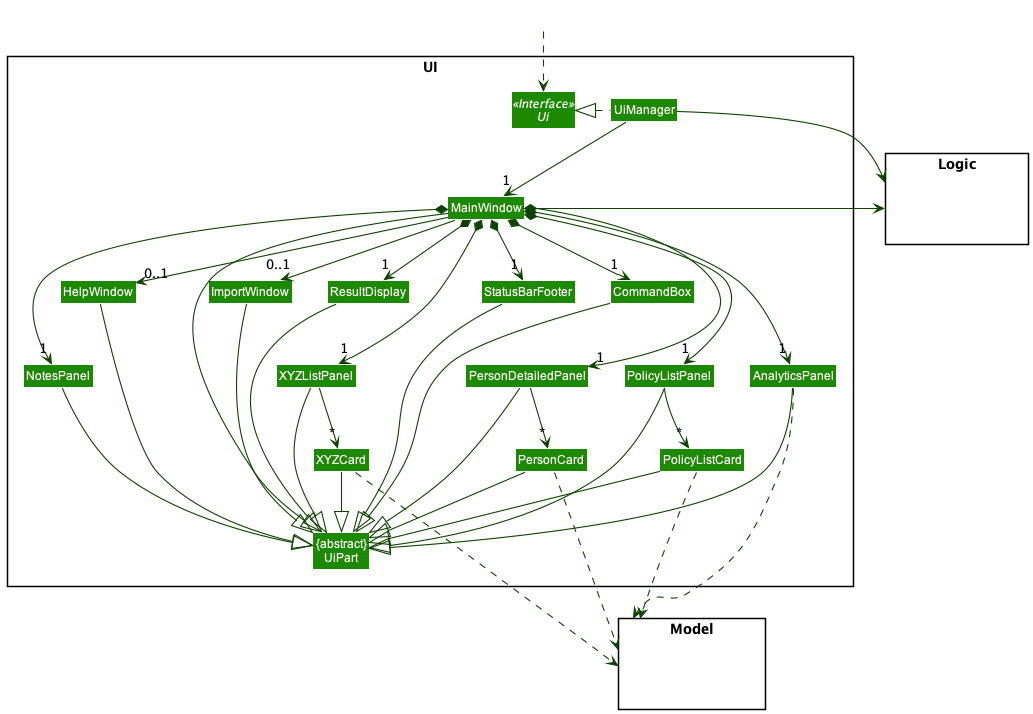
Above: docs/images/UiClassDiagram.png in whoisjustinngo/tp (PlantUML), before the change.
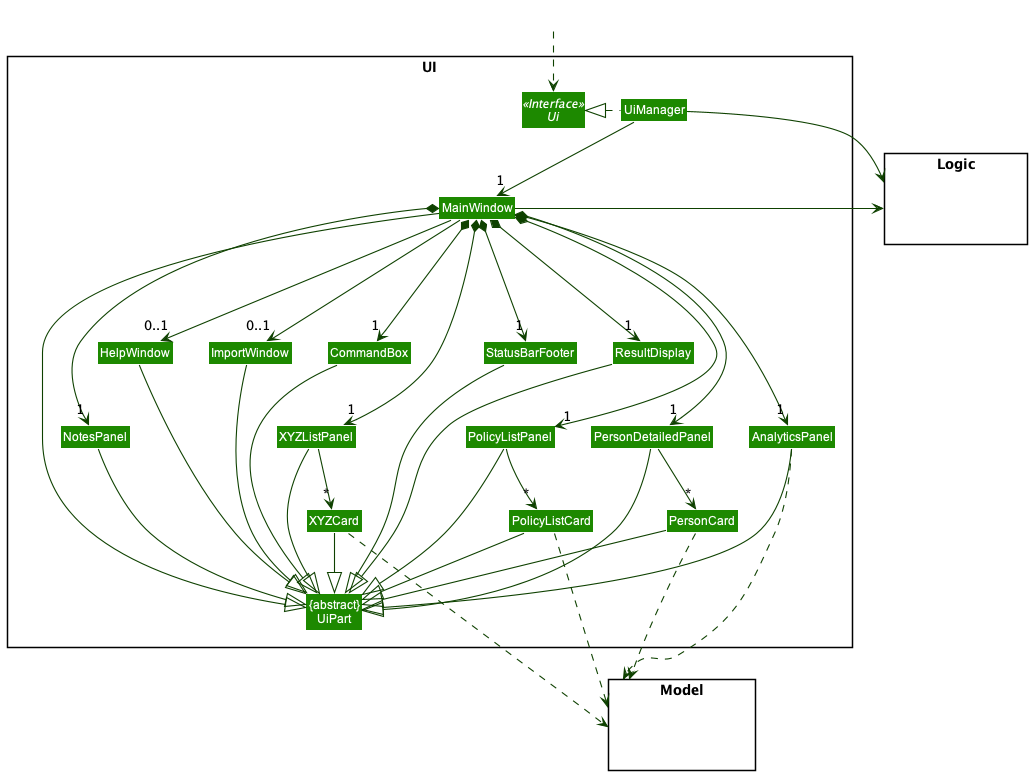
After the commit.

What changed in the source:
```diff
@@ -37,14 +37,14 @@
 
 UiManager .left.|> Ui
 UiManager -down-> "1" MainWindow
-MainWindow *-down->  "1" CommandBox
-MainWindow *-down-> "1" ResultDisplay
-MainWindow *-down-> "1" StatusBarFooter
-MainWindow *-down-> "1" AnalyticsPanel
-MainWindow *-down-> "1" PersonDetailedPanel
-MainWindow *-down-> "1" PolicyListPanel
-MainWindow *-down-> "1" NotesPanel
-MainWindow *-down-> "1" XYZListPanel
+MainWindow *-down-->  "1" CommandBox
+MainWindow *-down--> "1" ResultDisplay
+MainWindow *-down--> "1" StatusBarFooter
+MainWindow *-down--> "1" AnalyticsPanel
+MainWindow *-down--> "1" PersonDetailedPanel
+MainWindow *-down--> "1" PolicyListPanel
+MainWindow *-down--> "1" NotesPanel
+MainWindow *-down--> "1" XYZListPanel
 MainWindow --> "0..1" HelpWindow
 MainWindow --> "0..1" ImportWindow
 
@@ -90,5 +90,6 @@
 HelpWindow -[hidden]down- NotesPanel
 
 
+
 MainWindow -[hidden]-|> UiPart
 @enduml
```
